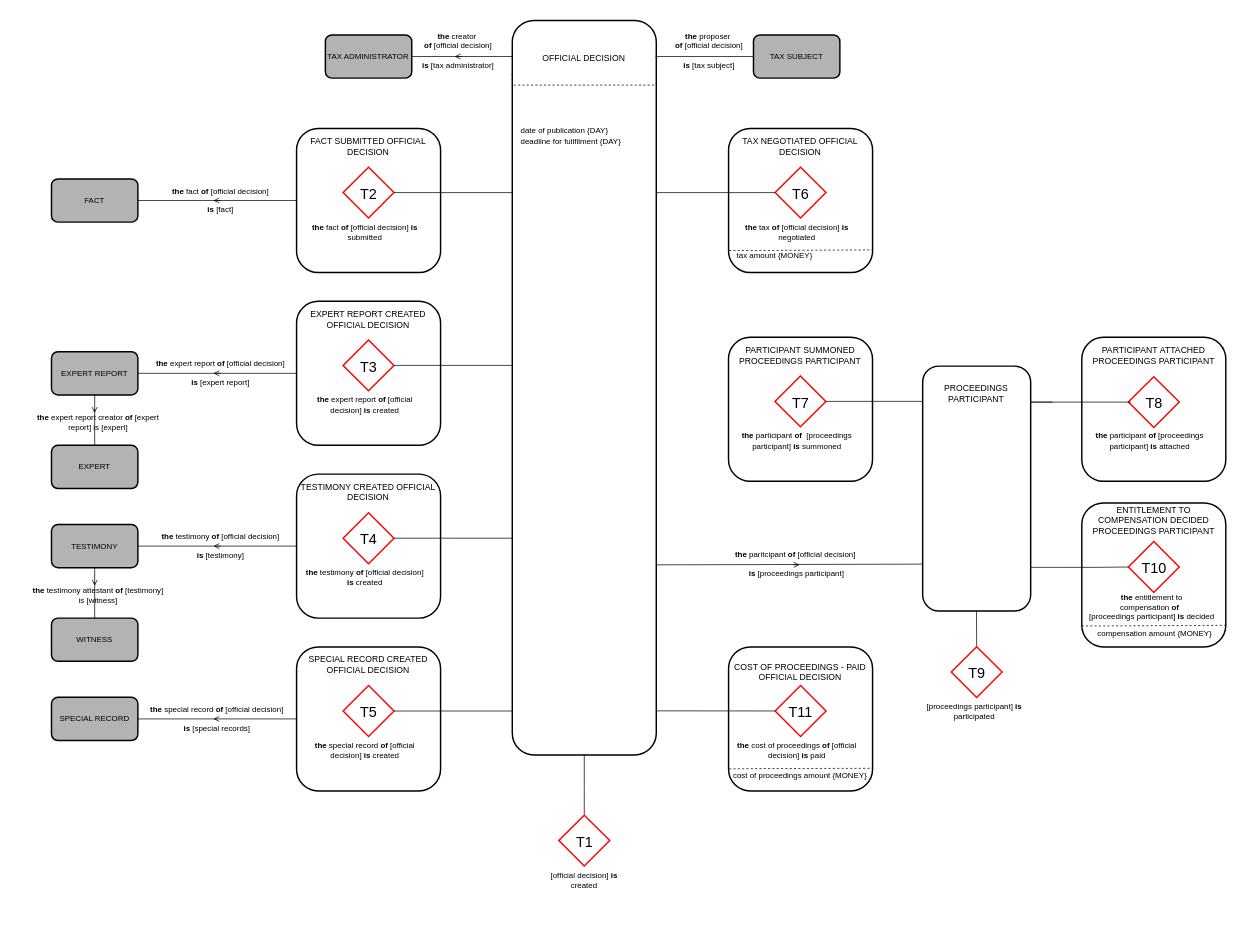
matouda7/tax-administration-digitization keeps this draw.io diagram as as-is-analysis/demo-models/res/object_fact_diagram.drawio. Above is the earlier version. Source tidied: cells renumbered, new cells numbered last; positions are measured from the earlier drawing's top-left corner, leaving out a move shared by most shapes. Both pictures are drawn from the tidied source at 72%, with x=0, y=0 at pixel (30, 20).
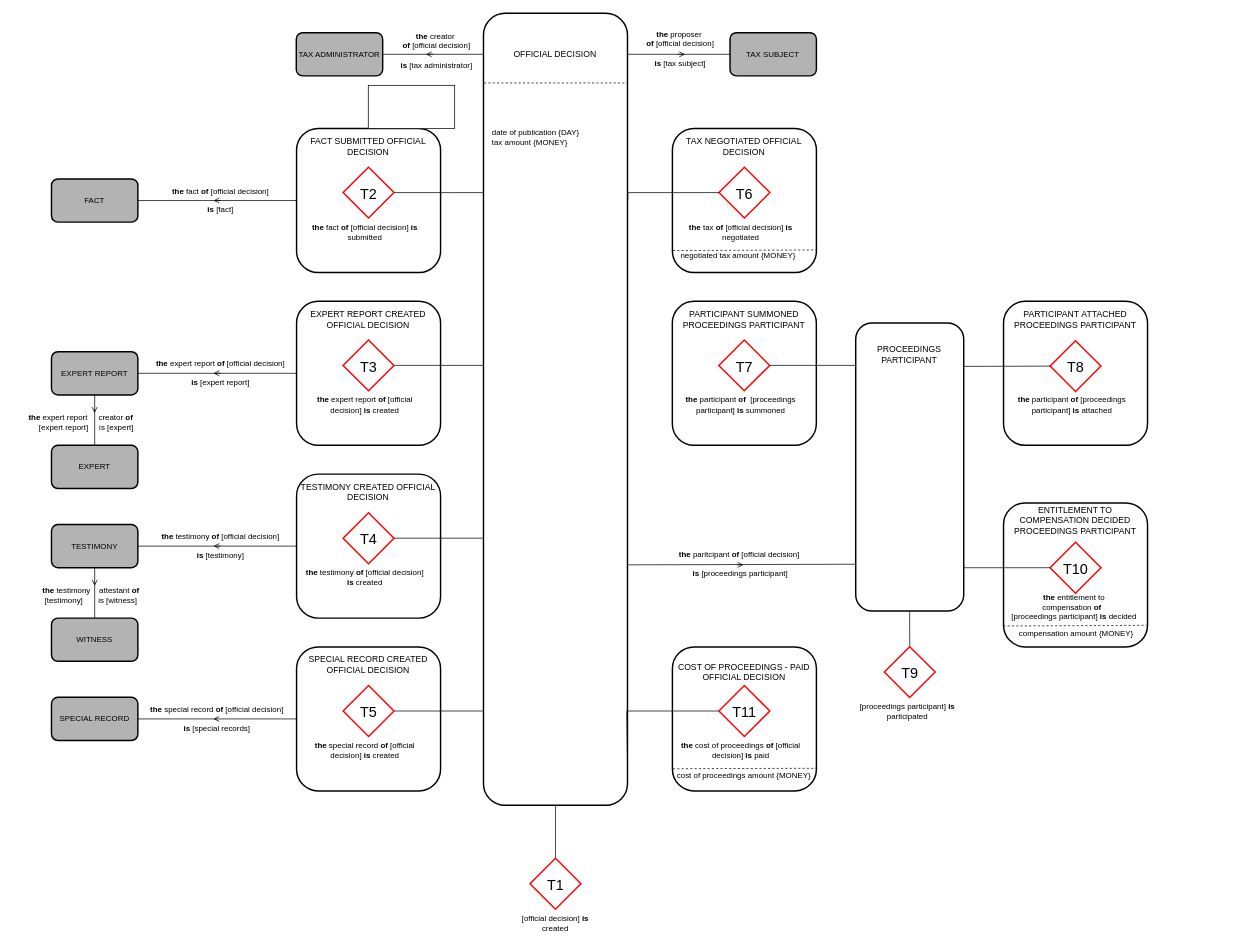
The same diagram, later.

Unchanged cells that the change refers to:
```xml
<mxCell id="17" style="whiteSpace=wrap;html=1;strokeColor=#FF0000;strokeWidth=2;rotation=45;fillColor=none;" parent="16" vertex="1">
  <mxGeometry x="10.4" y="14" width="50" height="50" as="geometry" />
</mxCell>
<mxCell id="22" style="whiteSpace=wrap;html=1;strokeColor=#FF0000;strokeWidth=2;rotation=45;fillColor=none;" parent="21" vertex="1">
  <mxGeometry x="10.4" y="14" width="50" height="50" as="geometry" />
</mxCell>
<mxCell id="31" style="whiteSpace=wrap;html=1;strokeColor=#FF0000;strokeWidth=2;rotation=45;fillColor=none;" parent="30" vertex="1">
  <mxGeometry x="10.4" y="14" width="50" height="50" as="geometry" />
</mxCell>
<mxCell id="43" style="whiteSpace=wrap;html=1;strokeColor=#FF0000;strokeWidth=2;rotation=45;fillColor=none;" parent="42" vertex="1">
  <mxGeometry x="10.4" y="14" width="50" height="50" as="geometry" />
</mxCell>
<mxCell id="57" style="whiteSpace=wrap;html=1;strokeColor=#FF0000;strokeWidth=2;rotation=45;fillColor=none;" parent="56" vertex="1">
  <mxGeometry x="10.4" y="14" width="50" height="50" as="geometry" />
</mxCell>
<mxCell id="73" style="whiteSpace=wrap;html=1;strokeColor=#FF0000;strokeWidth=2;rotation=45;fillColor=none;" parent="72" vertex="1">
  <mxGeometry x="10.4" y="14" width="50" height="50" as="geometry" />
</mxCell>
<mxCell id="88" style="whiteSpace=wrap;html=1;strokeColor=#FF0000;strokeWidth=2;rotation=45;fillColor=none;" parent="87" vertex="1">
  <mxGeometry x="10.4" y="14" width="50" height="50" as="geometry" />
</mxCell>
<mxCell id="97" style="whiteSpace=wrap;html=1;strokeColor=#FF0000;strokeWidth=2;rotation=45;fillColor=none;" parent="96" vertex="1">
  <mxGeometry x="10.4" y="14" width="50" height="50" as="geometry" />
</mxCell>
<mxCell id="105" style="whiteSpace=wrap;html=1;strokeColor=#FF0000;strokeWidth=2;rotation=45;fillColor=none;" parent="104" vertex="1">
  <mxGeometry x="10.4" y="14" width="50" height="50" as="geometry" />
</mxCell>
<mxCell id="118" style="whiteSpace=wrap;html=1;strokeColor=#FF0000;strokeWidth=2;rotation=45;fillColor=none;" parent="117" vertex="1">
  <mxGeometry x="10.4" y="14" width="50" height="50" as="geometry" />
</mxCell>
```

Change to the diagram source:
```diff
@@
+    <mxCell id="75" style="edgeStyle=orthogonalEdgeStyle;rounded=0;jettySize=auto;html=1;fontSize=11;endArrow=none;endFill=0;" parent="1" edge="1" source="73">
+      <mxGeometry relative="1" as="geometry">
+        <mxPoint x="670" y="959" as="targetPoint" />
+      </mxGeometry>
+    </mxCell>
+    <mxCell id="59" style="edgeStyle=orthogonalEdgeStyle;rounded=0;jettySize=auto;html=1;fontSize=11;endArrow=none;endFill=0;" parent="1" edge="1" source="57">
+      <mxGeometry relative="1" as="geometry">
+        <mxPoint x="670" y="719" as="targetPoint" />
+      </mxGeometry>
+    </mxCell>
+    <mxCell id="45" style="edgeStyle=orthogonalEdgeStyle;rounded=0;jettySize=auto;html=1;fontSize=11;endArrow=none;endFill=0;" parent="1" edge="1" source="43">
+      <mxGeometry relative="1" as="geometry">
+        <mxPoint x="670" y="479" as="targetPoint" />
+      </mxGeometry>
+    </mxCell>
+    <mxCell id="33" style="edgeStyle=orthogonalEdgeStyle;rounded=0;jettySize=auto;html=1;fontSize=11;endArrow=none;endFill=0;" parent="1" edge="1" source="31">
+      <mxGeometry relative="1" as="geometry">
+        <mxPoint x="670" y="239" as="targetPoint" />
+      </mxGeometry>
+    </mxCell>
     <mxCell id="2" value="&lt;b&gt;the&lt;/b&gt; paritcipant&amp;nbsp;&lt;b&gt;of&lt;/b&gt; [official decision]&amp;nbsp;&lt;br&gt;&lt;br&gt;&lt;b&gt;is&lt;/b&gt; [proceedings participant]" style="text;html=1;strokeColor=none;fillColor=none;align=center;verticalAlign=middle;whiteSpace=wrap;rounded=0;fontSize=11;" parent="1" vertex="1">
-      <mxGeometry x="965" y="737" width="200" height="35" as="geometry" />
+      <mxGeometry x="887" y="737" width="200" height="35" as="geometry" />
     </mxCell>
     <mxCell id="3" style="edgeStyle=orthogonalEdgeStyle;rounded=0;orthogonalLoop=1;jettySize=auto;html=1;fontSize=11;endArrow=none;endFill=0;targetPerimeterSpacing=0;" parent="1" edge="1">
       <mxGeometry relative="1" as="geometry">
-        <mxPoint x="1314.8" y="813" as="sourcePoint" />
-        <mxPoint x="1315" y="869" as="targetPoint" />
+        <mxPoint x="1221.9" y="814" as="sourcePoint" />
+        <mxPoint x="1222.1" y="870" as="targetPoint" />
         <Array as="points">
-          <mxPoint x="1315" y="841" />
-          <mxPoint x="1315" y="841" />
+          <mxPoint x="1222.1" y="842" />
+          <mxPoint x="1222.1" y="842" />
         </Array>
       </mxGeometry>
     </mxCell>
     <mxCell id="4" style="group;" parent="1" vertex="1">
-      <mxGeometry x="670" width="200" height="1020" as="geometry" />
+      <mxGeometry x="630" y="-10" width="200" height="1100" as="geometry" />
     </mxCell>
-    <mxCell id="5" style="rounded=1;whiteSpace=wrap;html=1;strokeColor=#000000;strokeWidth=2;fillColor=none;" parent="4" vertex="1">
-      <mxGeometry width="200" height="1020" as="geometry" />
+    <mxCell id="5" style="rounded=1;whiteSpace=wrap;html=1;strokeColor=#000000;strokeWidth=2;fillColor=default;" parent="4" vertex="1">
+      <mxGeometry width="200" height="1100" as="geometry" />
     </mxCell>
     <mxCell id="6" value="OFFICIAL DECISION" style="text;html=1;strokeColor=none;fillColor=none;align=center;verticalAlign=middle;whiteSpace=wrap;rounded=0;" parent="4" vertex="1">
-      <mxGeometry width="199" height="105.5" as="geometry" />
+      <mxGeometry width="199" height="113.8" as="geometry" />
     </mxCell>
-    <mxCell id="7" value="&lt;font style=&quot;font-size: 11px&quot;&gt;date of publication {DAY}&lt;br&gt;deadline for fullfilment {DAY}&lt;br&gt;&lt;/font&gt;" style="text;html=1;strokeColor=none;fillColor=none;align=left;verticalAlign=middle;whiteSpace=wrap;rounded=0;" parent="4" vertex="1">
-      <mxGeometry x="10" y="122.9" width="180" height="73.7" as="geometry" />
+    <mxCell id="7" value="&lt;font style=&quot;font-size: 11px&quot;&gt;date of publication {DAY}&lt;br&gt;tax amount {MONEY}&lt;br&gt;&lt;/font&gt;" style="text;html=1;strokeColor=none;fillColor=none;align=left;verticalAlign=middle;whiteSpace=wrap;rounded=0;" parent="4" vertex="1">
+      <mxGeometry x="10" y="132.5" width="180" height="79.5" as="geometry" />
     </mxCell>
     <mxCell id="8" style="endArrow=none;dashed=1;html=1;edgeStyle=orthogonalEdgeStyle;strokeWidth=1;arcSize=10;rounded=0;fontSize=5;" parent="4" edge="1">
       <mxGeometry relative="1" as="geometry">
-        <mxPoint y="73.7" as="sourcePoint" />
-        <mxPoint x="200" y="86" as="targetPoint" />
+        <mxPoint y="79.5" as="sourcePoint" />
+        <mxPoint x="200" y="92.8" as="targetPoint" />
         <Array as="points">
-          <mxPoint y="89.7" />
-          <mxPoint x="200" y="89.7" />
+          <mxPoint y="96.7" />
+          <mxPoint x="200" y="96.7" />
         </Array>
       </mxGeometry>
     </mxCell>
     <mxCell id="9" style="group;" parent="1" vertex="1">
-      <mxGeometry x="970.4" y="870" width="200" height="200" as="geometry" />
+      <mxGeometry x="892.4" y="870" width="200" height="200" as="geometry" />
     </mxCell>
@@
-    <mxCell id="19" style="edgeStyle=orthogonalEdgeStyle;rounded=0;jettySize=auto;html=1;fontSize=11;endArrow=none;endFill=0;exitX=0.5;exitY=1;exitDx=0;exitDy=0;" parent="1" edge="1" source="5">
-      <mxGeometry relative="1" as="geometry">
-        <mxPoint x="770" y="1103" as="targetPoint" />
-      </mxGeometry>
+    <mxCell id="19" style="edgeStyle=orthogonalEdgeStyle;rounded=0;jettySize=auto;html=1;fontSize=11;endArrow=none;endFill=0;exitX=0.5;exitY=1;exitDx=0;exitDy=0;entryX=0;entryY=0;entryDx=0;entryDy=0;" parent="1" edge="1" source="5" target="22">
+      <mxGeometry relative="1" as="geometry" />
     </mxCell>
     <mxCell id="20" style="group;" parent="1" vertex="1">
-      <mxGeometry x="720" y="1100" width="100" height="109" as="geometry" />
+      <mxGeometry x="680" y="1160" width="100" height="109" as="geometry" />
     </mxCell>
@@
-    <mxCell id="33" style="edgeStyle=orthogonalEdgeStyle;rounded=0;jettySize=auto;html=1;fontSize=11;endArrow=none;endFill=0;" parent="1" edge="1" source="31">
-      <mxGeometry relative="1" as="geometry">
-        <mxPoint x="670" y="239" as="targetPoint" />
-      </mxGeometry>
-    </mxCell>
@@
-    <mxCell id="45" style="edgeStyle=orthogonalEdgeStyle;rounded=0;jettySize=auto;html=1;fontSize=11;endArrow=none;endFill=0;" parent="1" edge="1" source="43">
-      <mxGeometry relative="1" as="geometry">
-        <mxPoint x="670" y="479" as="targetPoint" />
-      </mxGeometry>
-    </mxCell>
@@
-    <mxCell id="49" value="&lt;b&gt;the&lt;/b&gt; expert report creator&amp;nbsp;&lt;b&gt;of&lt;/b&gt; [expert report] is [expert]" style="text;html=1;strokeColor=none;fillColor=none;align=center;verticalAlign=middle;whiteSpace=wrap;rounded=0;fontSize=11;" parent="1" vertex="1">
-      <mxGeometry y="540" width="190" height="35" as="geometry" />
+    <mxCell id="49" value="&lt;b&gt;the&lt;/b&gt; expert report&amp;nbsp; &amp;nbsp; &amp;nbsp;creator&amp;nbsp;&lt;b&gt;of&lt;/b&gt; &lt;br&gt;&amp;nbsp; &amp;nbsp; &amp;nbsp;[expert report]&amp;nbsp; &amp;nbsp; &amp;nbsp;is [expert]" style="text;html=1;strokeColor=none;fillColor=none;align=center;verticalAlign=middle;whiteSpace=wrap;rounded=0;fontSize=11;" parent="1" vertex="1">
+      <mxGeometry x="-24" y="540" width="190" height="35" as="geometry" />
     </mxCell>
@@
-    <mxCell id="59" style="edgeStyle=orthogonalEdgeStyle;rounded=0;jettySize=auto;html=1;fontSize=11;endArrow=none;endFill=0;" parent="1" edge="1" source="57">
-      <mxGeometry relative="1" as="geometry">
-        <mxPoint x="670" y="719" as="targetPoint" />
-      </mxGeometry>
-    </mxCell>
@@
-    <mxCell id="64" value="&lt;b&gt;the&lt;/b&gt;&amp;nbsp;testimony attestant&amp;nbsp;&lt;b&gt;of&lt;/b&gt; [testimony] is [witness]" style="text;html=1;strokeColor=none;fillColor=none;align=center;verticalAlign=middle;whiteSpace=wrap;rounded=0;fontSize=11;" parent="1" vertex="1">
-      <mxGeometry y="780" width="190" height="35" as="geometry" />
+    <mxCell id="64" value="&lt;b&gt;the&lt;/b&gt;&amp;nbsp;testimony&amp;nbsp; &amp;nbsp; attestant&amp;nbsp;&lt;b&gt;of&lt;/b&gt; [testimony]&amp;nbsp; &amp;nbsp; &amp;nbsp; &amp;nbsp;is [witness]" style="text;html=1;strokeColor=none;fillColor=none;align=center;verticalAlign=middle;whiteSpace=wrap;rounded=0;fontSize=11;" parent="1" vertex="1">
+      <mxGeometry x="-10" y="780" width="190" height="35" as="geometry" />
     </mxCell>
@@
-    <mxCell id="75" style="edgeStyle=orthogonalEdgeStyle;rounded=0;jettySize=auto;html=1;fontSize=11;endArrow=none;endFill=0;" parent="1" edge="1" source="73">
-      <mxGeometry relative="1" as="geometry">
-        <mxPoint x="670" y="959" as="targetPoint" />
-      </mxGeometry>
-    </mxCell>
@@
     <mxCell id="79" style="edgeStyle=orthogonalEdgeStyle;rounded=0;jettySize=auto;html=1;entryX=1;entryY=0.94;entryDx=0;entryDy=0;entryPerimeter=0;fontSize=11;endArrow=none;endFill=0;targetPerimeterSpacing=0;" parent="1" edge="1" source="17" target="5">
       <mxGeometry relative="1" as="geometry">
         <Array as="points">
-          <mxPoint x="869" y="959" />
+          <mxPoint x="829" y="959" />
         </Array>
       </mxGeometry>
     </mxCell>
     <mxCell id="80" style="group;" parent="1" vertex="1">
-      <mxGeometry x="970.4" y="150" width="200" height="200" as="geometry" />
+      <mxGeometry x="892.4" y="150" width="200" height="200" as="geometry" />
     </mxCell>
@@
-    <mxCell id="85" value="&lt;font style=&quot;font-size: 11px&quot;&gt;tax&amp;nbsp;amount {MONEY}&lt;/font&gt;" style="text;html=1;strokeColor=none;fillColor=none;align=left;verticalAlign=middle;whiteSpace=wrap;rounded=0;" parent="80" vertex="1">
+    <mxCell id="85" value="&lt;font style=&quot;font-size: 11px&quot;&gt;negotiated tax&amp;nbsp;amount {MONEY}&lt;/font&gt;" style="text;html=1;strokeColor=none;fillColor=none;align=left;verticalAlign=middle;whiteSpace=wrap;rounded=0;" parent="80" vertex="1">
       <mxGeometry x="9.8" y="159" width="180" height="35.2" as="geometry" />
     </mxCell>
@@
     <mxCell id="90" style="edgeStyle=orthogonalEdgeStyle;rounded=0;jettySize=auto;html=1;entryX=0;entryY=1;entryDx=0;entryDy=0;fontSize=11;endArrow=none;endFill=0;targetPerimeterSpacing=0;exitX=1.002;exitY=0.237;exitDx=0;exitDy=0;exitPerimeter=0;" parent="1" edge="1" source="5" target="88">
       <mxGeometry relative="1" as="geometry">
         <Array as="points">
-          <mxPoint x="870" y="239" />
+          <mxPoint x="830" y="239" />
         </Array>
       </mxGeometry>
     </mxCell>
     <mxCell id="91" style="group;" parent="1" vertex="1">
-      <mxGeometry x="970.3" y="440" width="200" height="200" as="geometry" />
+      <mxGeometry x="892.3" y="390" width="200" height="200" as="geometry" />
     </mxCell>
@@
     <mxCell id="99" style="group;" parent="1" vertex="1">
-      <mxGeometry x="1461" y="440" width="200" height="200" as="geometry" />
+      <mxGeometry x="1352.3" y="390" width="200" height="200" as="geometry" />
     </mxCell>
@@
     <mxCell id="107" style="group;" parent="1" vertex="1">
-      <mxGeometry x="1262" y="866" width="110" height="109" as="geometry" />
+      <mxGeometry x="1169" y="866" width="110" height="109" as="geometry" />
     </mxCell>
@@
     <mxCell id="112" style="group;" parent="1" vertex="1">
-      <mxGeometry x="1461" y="670" width="200" height="205.2" as="geometry" />
+      <mxGeometry x="1352.3" y="670" width="200" height="205.2" as="geometry" />
     </mxCell>
@@
+    <mxCell id="120" value="&lt;font style=&quot;font-size: 11px&quot;&gt;compensation amount {MONEY}&lt;/font&gt;" style="text;html=1;strokeColor=none;fillColor=none;align=left;verticalAlign=middle;whiteSpace=wrap;rounded=0;" parent="112" vertex="1">
+      <mxGeometry x="20" y="164.8" width="180" height="35.2" as="geometry" />
+    </mxCell>
+    <mxCell id="121" style="endArrow=none;dashed=1;html=1;edgeStyle=orthogonalEdgeStyle;strokeWidth=1;arcSize=10;rounded=0;fontSize=11;entryX=1.001;entryY=0.843;entryDx=0;entryDy=0;entryPerimeter=0;exitX=0.004;exitY=0.847;exitDx=0;exitDy=0;exitPerimeter=0;" parent="112" edge="1">
+      <mxGeometry relative="1" as="geometry">
+        <mxPoint x="-0.4" y="170.8" as="sourcePoint" />
+        <mxPoint x="199" y="170" as="targetPoint" />
+        <Array as="points">
+          <mxPoint x="38.8" y="170.4" />
+        </Array>
+      </mxGeometry>
+    </mxCell>
     <mxCell id="117" style="group;" parent="112" vertex="1">
-      <mxGeometry x="64.6" y="50" width="70.7" height="79" as="geometry" />
+      <mxGeometry x="64.6" y="51" width="70.7" height="79" as="geometry" />
     </mxCell>
@@
-    <mxCell id="120" value="&lt;font style=&quot;font-size: 11px&quot;&gt;compensation amount {MONEY}&lt;/font&gt;" style="text;html=1;strokeColor=none;fillColor=none;align=left;verticalAlign=middle;whiteSpace=wrap;rounded=0;" parent="112" vertex="1">
-      <mxGeometry x="20" y="164.8" width="180" height="35.2" as="geometry" />
-    </mxCell>
-    <mxCell id="121" style="endArrow=none;dashed=1;html=1;edgeStyle=orthogonalEdgeStyle;strokeWidth=1;arcSize=10;rounded=0;fontSize=11;entryX=1.001;entryY=0.843;entryDx=0;entryDy=0;entryPerimeter=0;exitX=0.004;exitY=0.847;exitDx=0;exitDy=0;exitPerimeter=0;" parent="112" edge="1">
-      <mxGeometry relative="1" as="geometry">
-        <mxPoint x="-0.4" y="170.8" as="sourcePoint" />
-        <mxPoint x="199" y="170" as="targetPoint" />
-        <Array as="points">
-          <mxPoint x="38.8" y="170.4" />
-        </Array>
-      </mxGeometry>
-    </mxCell>
-    <mxCell id="122" style="edgeStyle=orthogonalEdgeStyle;rounded=0;jettySize=auto;html=1;entryX=0;entryY=1;entryDx=0;entryDy=0;fontSize=11;endArrow=none;endFill=0;targetPerimeterSpacing=0;exitX=1.001;exitY=0.822;exitDx=0;exitDy=0;exitPerimeter=0;" parent="1" edge="1" source="127" target="118">
+    <mxCell id="122" style="edgeStyle=orthogonalEdgeStyle;rounded=0;jettySize=auto;html=1;entryX=0;entryY=1;entryDx=0;entryDy=0;fontSize=11;endArrow=none;endFill=0;targetPerimeterSpacing=0;exitX=1;exitY=0.842;exitDx=0;exitDy=0;exitPerimeter=0;" parent="1" edge="1" source="127" target="118">
       <mxGeometry relative="1" as="geometry">
         <Array as="points">
-          <mxPoint x="1481" y="760" />
+          <mxPoint x="1312" y="760" />
+          <mxPoint x="1403" y="760" />
         </Array>
       </mxGeometry>
     </mxCell>
     <mxCell id="123" style="edgeStyle=orthogonalEdgeStyle;rounded=0;jettySize=auto;html=1;entryX=-0.005;entryY=0.144;entryDx=0;entryDy=0;entryPerimeter=0;fontSize=11;endArrow=none;endFill=0;targetPerimeterSpacing=0;" parent="1" edge="1" source="97" target="127">
-      <mxGeometry relative="1" as="geometry" />
+      <mxGeometry relative="1" as="geometry">
+        <Array as="points">
+          <mxPoint x="1161" y="479" />
+        </Array>
+      </mxGeometry>
     </mxCell>
     <mxCell id="124" style="edgeStyle=orthogonalEdgeStyle;rounded=0;orthogonalLoop=1;jettySize=auto;html=1;fontSize=11;endArrow=none;endFill=0;targetPerimeterSpacing=0;entryX=0;entryY=0.806;entryDx=0;entryDy=0;entryPerimeter=0;" parent="1" edge="1">
       <mxGeometry relative="1" as="geometry">
-        <mxPoint x="871" y="756" as="sourcePoint" />
-        <mxPoint x="1248" y="755" as="targetPoint" />
+        <mxPoint x="831" y="756" as="sourcePoint" />
+        <mxPoint x="1208" y="755" as="targetPoint" />
         <Array as="points">
-          <mxPoint x="1248" y="756" />
+          <mxPoint x="1208" y="756" />
         </Array>
       </mxGeometry>
     </mxCell>
-    <mxCell id="125" style="edgeStyle=orthogonalEdgeStyle;rounded=0;orthogonalLoop=1;jettySize=auto;html=1;fontSize=11;endArrow=none;endFill=0;targetPerimeterSpacing=0;" parent="1" edge="1">
-      <mxGeometry relative="1" as="geometry">
-        <mxPoint x="1529" y="530" as="sourcePoint" />
-        <mxPoint x="1420.2" y="530" as="targetPoint" />
-        <Array as="points">
-          <mxPoint x="1360" y="530" />
-        </Array>
-      </mxGeometry>
-    </mxCell>
     <mxCell id="126" style="group;" parent="1" vertex="1">
-      <mxGeometry x="1240" y="480" width="150" height="340" as="geometry" />
+      <mxGeometry x="1147" y="420" width="150" height="400" as="geometry" />
     </mxCell>
     <mxCell id="127" style="rounded=1;whiteSpace=wrap;html=1;strokeWidth=2;" parent="126" vertex="1">
-      <mxGeometry width="150" height="340" as="geometry" />
+      <mxGeometry width="150" height="400" as="geometry" />
     </mxCell>
     <mxCell id="128" value="PROCEEDINGS PARTICIPANT" style="text;html=1;strokeColor=none;fillColor=none;align=center;verticalAlign=middle;whiteSpace=wrap;rounded=0;" parent="126" vertex="1">
-      <mxGeometry y="20" width="149.2" height="35.2" as="geometry" />
+      <mxGeometry y="23.5" width="149.2" height="41.4" as="geometry" />
     </mxCell>
     <mxCell id="129" value="TAX SUBJECT" style="rounded=1;whiteSpace=wrap;html=1;fontSize=11;strokeColor=#000000;strokeWidth=2;fillColor=#B3B3B3;align=center;" parent="1" vertex="1">
-      <mxGeometry x="1005" y="20" width="120" height="60" as="geometry" />
+      <mxGeometry x="972.4" y="16.9" width="120" height="60" as="geometry" />
     </mxCell>
     <mxCell id="130" value="&lt;b&gt;the&lt;/b&gt; proposer&amp;nbsp;&lt;br&gt;&lt;b&gt;of&lt;/b&gt; [official decision]&lt;br&gt;&lt;br&gt;&lt;b&gt;is&lt;/b&gt; [tax subject]" style="text;html=1;strokeColor=none;fillColor=none;align=center;verticalAlign=middle;whiteSpace=wrap;rounded=0;fontSize=11;" parent="1" vertex="1">
-      <mxGeometry x="891" y="24.5" width="105" height="35" as="geometry" />
+      <mxGeometry x="851" y="21.5" width="105" height="35" as="geometry" />
     </mxCell>
@@
     <mxCell id="132" value="TAX ADMINISTRATOR" style="rounded=1;whiteSpace=wrap;html=1;fontSize=11;strokeColor=#000000;strokeWidth=2;fillColor=#B3B3B3;align=center;" parent="1" vertex="1">
-      <mxGeometry x="410.4" y="20" width="120" height="60" as="geometry" />
+      <mxGeometry x="370" y="16.9" width="120" height="60" as="geometry" />
     </mxCell>
     <mxCell id="133" value="&lt;b&gt;the&lt;/b&gt; creator&amp;nbsp;&lt;br&gt;&lt;b&gt;of&lt;/b&gt; [official decision]&lt;br&gt;&lt;br&gt;&lt;b&gt;is&lt;/b&gt; [tax administrator]" style="text;html=1;strokeColor=none;fillColor=none;align=center;verticalAlign=middle;whiteSpace=wrap;rounded=0;fontSize=11;" parent="1" vertex="1">
-      <mxGeometry x="540" y="24.5" width="110" height="35" as="geometry" />
+      <mxGeometry x="510" y="24.5" width="110" height="35" as="geometry" />
     </mxCell>
     <mxCell id="134" style="edgeStyle=orthogonalEdgeStyle;rounded=0;jettySize=auto;html=1;endArrow=none;endFill=0;" parent="1" edge="1" source="6" target="129">
       <mxGeometry relative="1" as="geometry">
         <Array as="points">
-          <mxPoint x="960" y="50" />
-          <mxPoint x="960" y="50" />
+          <mxPoint x="920" y="47" />
+          <mxPoint x="920" y="47" />
         </Array>
       </mxGeometry>
     </mxCell>
@@
     <mxCell id="136" style="endArrow=none;startArrow=open;html=1;rounded=0;endFill=0;startFill=0;" parent="1" edge="1">
       <mxGeometry relative="1" as="geometry">
-        <mxPoint x="590" y="50" as="sourcePoint" />
-        <mxPoint x="600" y="50" as="targetPoint" />
+        <mxPoint x="550" y="46.9" as="sourcePoint" />
+        <mxPoint x="560" y="46.9" as="targetPoint" />
       </mxGeometry>
     </mxCell>
@@
     <mxCell id="142" style="endArrow=none;startArrow=open;html=1;rounded=0;endFill=0;startFill=0;" parent="1" edge="1">
       <mxGeometry relative="1" as="geometry">
-        <mxPoint x="1069" y="756" as="sourcePoint" />
-        <mxPoint x="1060" y="756" as="targetPoint" />
+        <mxPoint x="991" y="756" as="sourcePoint" />
+        <mxPoint x="982" y="756" as="targetPoint" />
       </mxGeometry>
     </mxCell>
+    <mxCell id="143" style="rounded=0;jettySize=auto;html=1;fontSize=11;endArrow=none;endFill=0;targetPerimeterSpacing=0;entryX=0.992;entryY=0.151;entryDx=0;entryDy=0;entryPerimeter=0;exitX=0;exitY=1;exitDx=0;exitDy=0;" parent="1" edge="1" source="105" target="127">
+      <mxGeometry relative="1" as="geometry" />
+    </mxCell>
+    <mxCell id="144" style="endArrow=open;startArrow=none;html=1;rounded=0;endFill=0;startFill=0;" parent="1" edge="1">
+      <mxGeometry relative="1" as="geometry">
+        <mxPoint x="900" y="47" as="sourcePoint" />
+        <mxPoint x="910" y="47" as="targetPoint" />
+      </mxGeometry>
+    </mxCell>
+    <mxCell id="145" style="whiteSpace=wrap;html=1;" parent="1" vertex="1">
+      <mxGeometry x="470" y="90" width="120" height="60" as="geometry" />
+    </mxCell>
```
